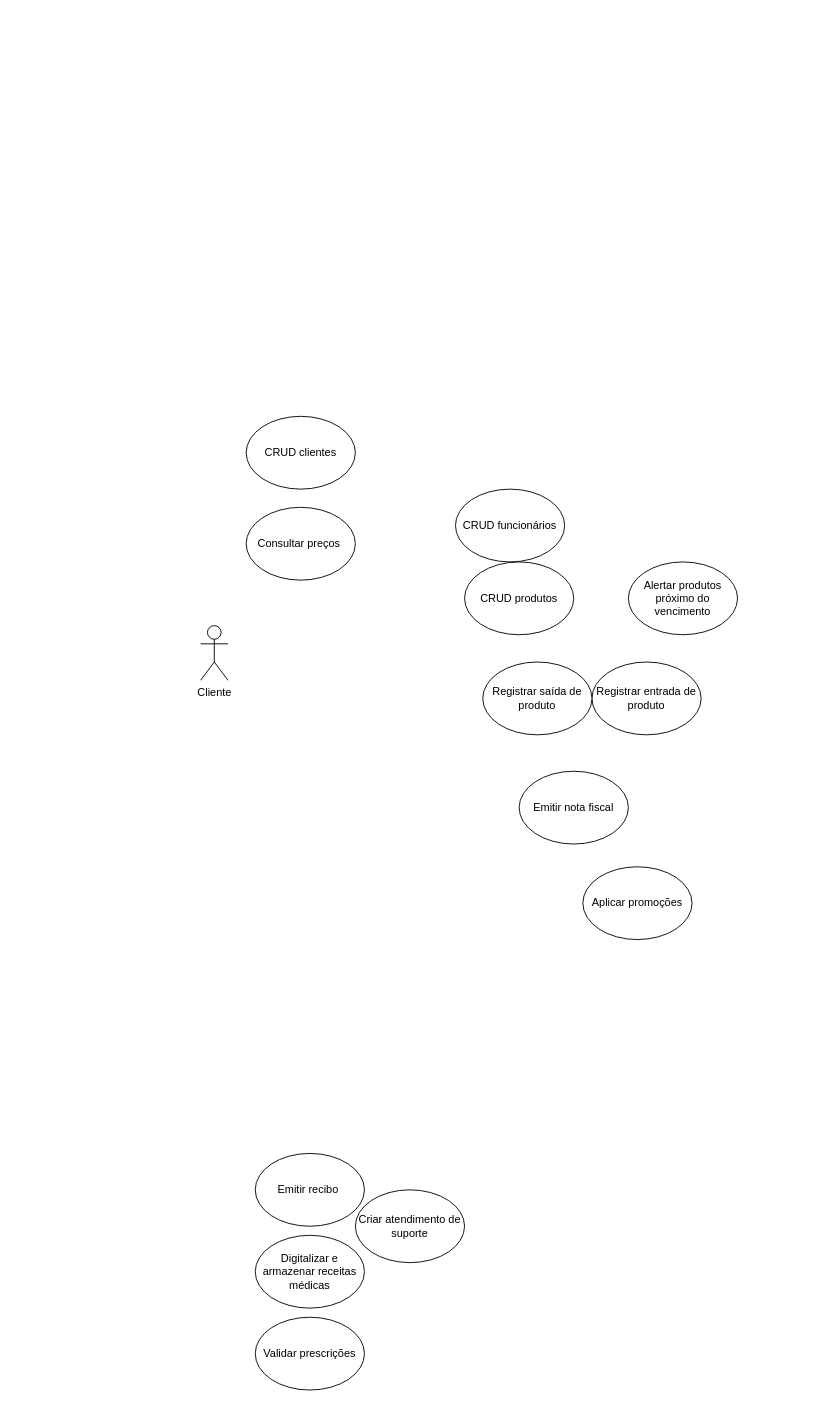
The draw.io diagram page "Página-7" (7 of 10) of Diagrama sem nome.drawio in Emerson0914/diagramasderequisitos, before the edit. Source tidied: cells renumbered, new cells numbered last; positions are measured from the earlier drawing's top-left corner, leaving out a move shared by most shapes. Both pictures are drawn from the tidied source at 91%, with x=0, y=0 at pixel (200, 416).
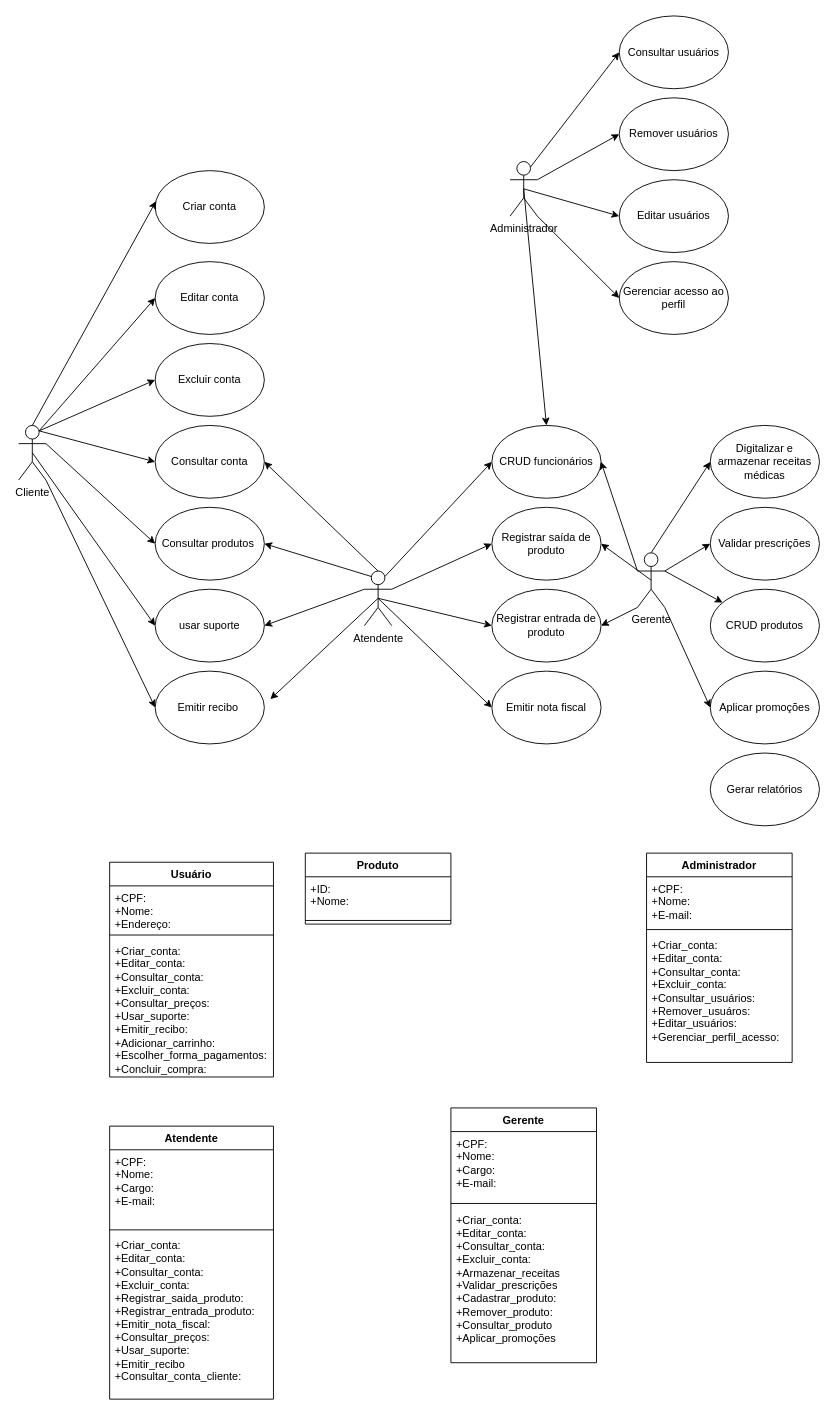
The same diagram, later.

Diff of the diagram source:
```diff
@@
+    <mxCell id="16" style="edgeStyle=none;rounded=0;jettySize=auto;html=1;exitX=0.75;exitY=0.1;exitDx=0;exitDy=0;exitPerimeter=0;entryX=0;entryY=0.5;entryDx=0;entryDy=0;" parent="1" edge="1" source="2" target="3">
+      <mxGeometry relative="1" as="geometry" />
+    </mxCell>
+    <mxCell id="17" style="edgeStyle=none;rounded=0;jettySize=auto;html=1;exitX=1;exitY=0.3333333333333333;exitDx=0;exitDy=0;exitPerimeter=0;entryX=0;entryY=0.5;entryDx=0;entryDy=0;" parent="1" edge="1" source="2" target="11">
+      <mxGeometry relative="1" as="geometry" />
+    </mxCell>
+    <mxCell id="18" style="edgeStyle=none;rounded=0;jettySize=auto;html=1;exitX=0.5;exitY=0.5;exitDx=0;exitDy=0;exitPerimeter=0;entryX=0;entryY=0.5;entryDx=0;entryDy=0;" parent="1" edge="1" source="2" target="15">
+      <mxGeometry relative="1" as="geometry" />
+    </mxCell>
+    <mxCell id="19" style="edgeStyle=none;rounded=0;jettySize=auto;html=1;exitX=1;exitY=1;exitDx=0;exitDy=0;exitPerimeter=0;entryX=0;entryY=0.5;entryDx=0;entryDy=0;" parent="1" edge="1" source="2" target="12">
+      <mxGeometry relative="1" as="geometry" />
+    </mxCell>
+    <mxCell id="20" style="edgeStyle=none;rounded=0;jettySize=auto;html=1;exitX=0.75;exitY=0.1;exitDx=0;exitDy=0;exitPerimeter=0;entryX=0;entryY=0.5;entryDx=0;entryDy=0;" parent="1" edge="1" source="2" target="62">
+      <mxGeometry relative="1" as="geometry" />
+    </mxCell>
+    <mxCell id="21" style="edgeStyle=none;rounded=0;jettySize=auto;html=1;exitX=0.75;exitY=0.1;exitDx=0;exitDy=0;exitPerimeter=0;entryX=0;entryY=0.5;entryDx=0;entryDy=0;" parent="1" edge="1" source="2" target="61">
+      <mxGeometry relative="1" as="geometry" />
+    </mxCell>
     <mxCell id="2" value="Cliente&lt;div&gt;&lt;br&gt;&lt;/div&gt;" style="shape=umlActor;verticalLabelPosition=bottom;verticalAlign=top;html=1;outlineConnect=0;" parent="1" vertex="1">
-      <mxGeometry y="230" width="30" height="60" as="geometry" />
+      <mxGeometry x="-200" y="10" width="30" height="60" as="geometry" />
     </mxCell>
-    <mxCell id="3" value="CRUD clientes" style="ellipse;whiteSpace=wrap;html=1;" parent="1" vertex="1">
-      <mxGeometry x="50" width="120" height="80" as="geometry" />
+    <mxCell id="3" value="Consultar conta" style="ellipse;whiteSpace=wrap;html=1;" parent="1" vertex="1">
+      <mxGeometry x="-50" y="10" width="120" height="80" as="geometry" />
     </mxCell>
-    <mxCell id="4" value="CRUD produtos" style="ellipse;whiteSpace=wrap;html=1;" parent="1" vertex="1">
-      <mxGeometry x="290" y="160" width="120" height="80" as="geometry" />
-    </mxCell>
     <mxCell id="5" value="CRUD funcionários" style="ellipse;whiteSpace=wrap;html=1;" parent="1" vertex="1">
-      <mxGeometry x="280" y="80" width="120" height="80" as="geometry" />
+      <mxGeometry x="320" y="10" width="120" height="80" as="geometry" />
     </mxCell>
     <mxCell id="6" value="Registrar entrada de produto" style="ellipse;whiteSpace=wrap;html=1;" parent="1" vertex="1">
-      <mxGeometry x="430" y="270" width="120" height="80" as="geometry" />
+      <mxGeometry x="320" y="190" width="120" height="80" as="geometry" />
     </mxCell>
     <mxCell id="7" value="Registrar saída de produto" style="ellipse;whiteSpace=wrap;html=1;" parent="1" vertex="1">
-      <mxGeometry x="310" y="270" width="120" height="80" as="geometry" />
+      <mxGeometry x="320" y="100" width="120" height="80" as="geometry" />
     </mxCell>
-    <mxCell id="8" value="Alertar produtos próximo do vencimento" style="ellipse;whiteSpace=wrap;html=1;" parent="1" vertex="1">
-      <mxGeometry x="470" y="160" width="120" height="80" as="geometry" />
-    </mxCell>
     <mxCell id="9" value="Emitir nota fiscal" style="ellipse;whiteSpace=wrap;html=1;" parent="1" vertex="1">
-      <mxGeometry x="350" y="390" width="120" height="80" as="geometry" />
+      <mxGeometry x="320" y="280" width="120" height="80" as="geometry" />
     </mxCell>
     <mxCell id="10" value="Aplicar promoções" style="ellipse;whiteSpace=wrap;html=1;" parent="1" vertex="1">
-      <mxGeometry x="420" y="495" width="120" height="80" as="geometry" />
+      <mxGeometry x="560" y="280" width="120" height="80" as="geometry" />
     </mxCell>
-    <mxCell id="11" value="Consultar preços&amp;nbsp;" style="ellipse;whiteSpace=wrap;html=1;" parent="1" vertex="1">
-      <mxGeometry x="50" y="100" width="120" height="80" as="geometry" />
+    <mxCell id="11" value="Consultar produtos&amp;nbsp;" style="ellipse;whiteSpace=wrap;html=1;" parent="1" vertex="1">
+      <mxGeometry x="-50" y="100" width="120" height="80" as="geometry" />
     </mxCell>
     <mxCell id="12" value="Emitir recibo&amp;nbsp;" style="ellipse;whiteSpace=wrap;html=1;" parent="1" vertex="1">
-      <mxGeometry x="60" y="810" width="120" height="80" as="geometry" />
+      <mxGeometry x="-50" y="280" width="120" height="80" as="geometry" />
     </mxCell>
     <mxCell id="13" value="Digitalizar e armazenar receitas médicas" style="ellipse;whiteSpace=wrap;html=1;" parent="1" vertex="1">
-      <mxGeometry x="60" y="900" width="120" height="80" as="geometry" />
+      <mxGeometry x="560" y="10" width="120" height="80" as="geometry" />
     </mxCell>
     <mxCell id="14" value="Validar prescrições" style="ellipse;whiteSpace=wrap;html=1;" parent="1" vertex="1">
-      <mxGeometry x="60" y="990" width="120" height="80" as="geometry" />
+      <mxGeometry x="560" y="100" width="120" height="80" as="geometry" />
     </mxCell>
-    <mxCell id="15" value="Criar atendimento de suporte" style="ellipse;whiteSpace=wrap;html=1;" parent="1" vertex="1">
-      <mxGeometry x="170" y="850" width="120" height="80" as="geometry" />
+    <mxCell id="15" value="usar suporte" style="ellipse;whiteSpace=wrap;html=1;" parent="1" vertex="1">
+      <mxGeometry x="-50" y="190" width="120" height="80" as="geometry" />
     </mxCell>
+    <mxCell id="22" style="edgeStyle=none;rounded=0;jettySize=auto;html=1;exitX=0.75;exitY=0.1;exitDx=0;exitDy=0;exitPerimeter=0;entryX=0;entryY=0.5;entryDx=0;entryDy=0;" parent="1" edge="1" source="29" target="5">
+      <mxGeometry relative="1" as="geometry" />
+    </mxCell>
+    <mxCell id="23" style="edgeStyle=none;rounded=0;jettySize=auto;html=1;exitX=1;exitY=0.3333333333333333;exitDx=0;exitDy=0;exitPerimeter=0;entryX=0;entryY=0.5;entryDx=0;entryDy=0;" parent="1" edge="1" source="29" target="7">
+      <mxGeometry relative="1" as="geometry" />
+    </mxCell>
+    <mxCell id="24" style="edgeStyle=none;rounded=0;jettySize=auto;html=1;exitX=0.5;exitY=0.5;exitDx=0;exitDy=0;exitPerimeter=0;entryX=0;entryY=0.5;entryDx=0;entryDy=0;" parent="1" edge="1" source="29" target="6">
+      <mxGeometry relative="1" as="geometry" />
+    </mxCell>
+    <mxCell id="25" style="edgeStyle=none;rounded=0;jettySize=auto;html=1;exitX=0.5;exitY=0.5;exitDx=0;exitDy=0;exitPerimeter=0;entryX=0;entryY=0.5;entryDx=0;entryDy=0;" parent="1" edge="1" source="29" target="9">
+      <mxGeometry relative="1" as="geometry" />
+    </mxCell>
+    <mxCell id="26" style="edgeStyle=none;rounded=0;jettySize=auto;html=1;exitX=0.25;exitY=0.1;exitDx=0;exitDy=0;exitPerimeter=0;entryX=1;entryY=0.5;entryDx=0;entryDy=0;" parent="1" edge="1" source="29" target="11">
+      <mxGeometry relative="1" as="geometry" />
+    </mxCell>
+    <mxCell id="27" style="edgeStyle=none;rounded=0;jettySize=auto;html=1;exitX=0;exitY=0.3333333333333333;exitDx=0;exitDy=0;exitPerimeter=0;entryX=1;entryY=0.5;entryDx=0;entryDy=0;" parent="1" edge="1" source="29" target="15">
+      <mxGeometry relative="1" as="geometry" />
+    </mxCell>
+    <mxCell id="28" style="edgeStyle=none;rounded=0;jettySize=auto;html=1;exitX=0.5;exitY=0;exitDx=0;exitDy=0;exitPerimeter=0;entryX=1;entryY=0.5;entryDx=0;entryDy=0;" parent="1" edge="1" source="29" target="3">
+      <mxGeometry relative="1" as="geometry" />
+    </mxCell>
+    <mxCell id="29" value="Atendente" style="shape=umlActor;verticalLabelPosition=bottom;verticalAlign=top;html=1;outlineConnect=0;" parent="1" vertex="1">
+      <mxGeometry x="180" y="170" width="30" height="60" as="geometry" />
+    </mxCell>
+    <mxCell id="30" style="edgeStyle=none;rounded=0;jettySize=auto;html=1;exitX=0.5;exitY=0;exitDx=0;exitDy=0;exitPerimeter=0;entryX=0;entryY=0.5;entryDx=0;entryDy=0;" parent="1" edge="1" source="37" target="13">
+      <mxGeometry relative="1" as="geometry" />
+    </mxCell>
+    <mxCell id="31" style="edgeStyle=none;rounded=0;jettySize=auto;html=1;exitX=0;exitY=0.3333333333333333;exitDx=0;exitDy=0;exitPerimeter=0;entryX=1;entryY=0.5;entryDx=0;entryDy=0;" parent="1" edge="1" source="37" target="5">
+      <mxGeometry relative="1" as="geometry" />
+    </mxCell>
+    <mxCell id="32" style="edgeStyle=none;rounded=0;jettySize=auto;html=1;entryX=0;entryY=0.5;entryDx=0;entryDy=0;" parent="1" edge="1" target="14">
+      <mxGeometry relative="1" as="geometry">
+        <mxPoint x="510" y="170" as="sourcePoint" />
+      </mxGeometry>
+    </mxCell>
+    <mxCell id="33" style="edgeStyle=none;rounded=0;jettySize=auto;html=1;exitX=0;exitY=1;exitDx=0;exitDy=0;exitPerimeter=0;entryX=1;entryY=0.5;entryDx=0;entryDy=0;" parent="1" edge="1" source="37" target="6">
+      <mxGeometry relative="1" as="geometry" />
+    </mxCell>
+    <mxCell id="34" style="edgeStyle=none;rounded=0;jettySize=auto;html=1;exitX=0.5;exitY=0.5;exitDx=0;exitDy=0;exitPerimeter=0;entryX=1;entryY=0.5;entryDx=0;entryDy=0;" parent="1" edge="1" source="37" target="7">
+      <mxGeometry relative="1" as="geometry" />
+    </mxCell>
+    <mxCell id="35" style="edgeStyle=none;rounded=0;jettySize=auto;html=1;exitX=1;exitY=1;exitDx=0;exitDy=0;exitPerimeter=0;entryX=0;entryY=0.5;entryDx=0;entryDy=0;" parent="1" edge="1" source="37" target="10">
+      <mxGeometry relative="1" as="geometry" />
+    </mxCell>
+    <mxCell id="36" style="edgeStyle=none;rounded=0;jettySize=auto;html=1;exitX=1;exitY=0.3333333333333333;exitDx=0;exitDy=0;exitPerimeter=0;" parent="1" edge="1" source="37" target="4">
+      <mxGeometry relative="1" as="geometry" />
+    </mxCell>
+    <mxCell id="37" value="Gerente" style="shape=umlActor;verticalLabelPosition=bottom;verticalAlign=top;html=1;outlineConnect=0;" parent="1" vertex="1">
+      <mxGeometry x="480" y="150" width="30" height="60" as="geometry" />
+    </mxCell>
+    <mxCell id="4" value="CRUD produtos" style="ellipse;whiteSpace=wrap;html=1;" parent="1" vertex="1">
+      <mxGeometry x="560" y="190" width="120" height="80" as="geometry" />
+    </mxCell>
+    <mxCell id="38" value="Usuário" style="swimlane;fontStyle=1;align=center;verticalAlign=top;horizontal=1;startSize=26;whiteSpace=wrap;html=1;" parent="1" vertex="1">
+      <mxGeometry x="-100" y="490" width="180" height="236" as="geometry" />
+    </mxCell>
+    <mxCell id="39" value="+CPF:&lt;div&gt;+Nome:&lt;/div&gt;&lt;div&gt;+Endereço:&lt;/div&gt;" style="text;strokeColor=none;fillColor=none;align=left;verticalAlign=top;spacingLeft=4;spacingRight=4;overflow=hidden;whiteSpace=wrap;html=1;" parent="38" vertex="1">
+      <mxGeometry y="26" width="180" height="50" as="geometry" />
+    </mxCell>
+    <mxCell id="40" style="line;strokeWidth=1;fillColor=none;align=left;verticalAlign=middle;spacingTop=-1;spacingLeft=3;spacingRight=3;labelPosition=right;strokeColor=inherit;" parent="38" vertex="1">
+      <mxGeometry y="76" width="180" height="8" as="geometry" />
+    </mxCell>
+    <mxCell id="41" value="+Criar_conta:&lt;div&gt;+Editar_conta:&lt;br&gt;+Consultar_conta:&lt;/div&gt;&lt;div&gt;+Excluir_conta:&lt;/div&gt;&lt;div&gt;+Consultar_preços:&lt;/div&gt;&lt;div&gt;+Usar_suporte:&lt;/div&gt;&lt;div&gt;+Emitir_recibo:&lt;/div&gt;&lt;div&gt;+Adicionar_carrinho:&lt;/div&gt;&lt;div&gt;+Escolher_forma_pagamentos:&lt;/div&gt;&lt;div&gt;+Concluir_compra:&lt;/div&gt;" style="text;strokeColor=none;fillColor=none;align=left;verticalAlign=top;spacingLeft=4;spacingRight=4;overflow=hidden;whiteSpace=wrap;html=1;" parent="38" vertex="1">
+      <mxGeometry y="84" width="180" height="152" as="geometry" />
+    </mxCell>
+    <mxCell id="42" value="Gerente" style="swimlane;fontStyle=1;align=center;verticalAlign=top;horizontal=1;startSize=26;whiteSpace=wrap;html=1;" parent="1" vertex="1">
+      <mxGeometry x="275" y="760" width="160" height="280" as="geometry" />
+    </mxCell>
+    <mxCell id="43" value="+CPF:&lt;div&gt;+Nome:&lt;/div&gt;&lt;div&gt;+Cargo:&lt;/div&gt;&lt;div&gt;+E-mail:&lt;/div&gt;" style="text;strokeColor=none;fillColor=none;align=left;verticalAlign=top;spacingLeft=4;spacingRight=4;overflow=hidden;whiteSpace=wrap;html=1;" parent="42" vertex="1">
+      <mxGeometry y="26" width="160" height="74" as="geometry" />
+    </mxCell>
+    <mxCell id="44" style="line;strokeWidth=1;fillColor=none;align=left;verticalAlign=middle;spacingTop=-1;spacingLeft=3;spacingRight=3;labelPosition=right;strokeColor=inherit;" parent="42" vertex="1">
+      <mxGeometry y="100" width="160" height="10" as="geometry" />
+    </mxCell>
+    <mxCell id="45" value="+Criar_conta:&lt;div&gt;+Editar_conta:&lt;br&gt;+Consultar_conta:&lt;/div&gt;&lt;div&gt;+Excluir_conta:&lt;/div&gt;&lt;div&gt;+Armazenar_receitas&lt;/div&gt;&lt;div&gt;+Validar_prescrições&lt;/div&gt;&lt;div&gt;+Cadastrar_produto:&lt;/div&gt;&lt;div&gt;+Remover_produto:&lt;/div&gt;&lt;div&gt;+Consultar_produto&lt;/div&gt;&lt;div&gt;+Aplicar_promoções&lt;/div&gt;" style="text;strokeColor=none;fillColor=none;align=left;verticalAlign=top;spacingLeft=4;spacingRight=4;overflow=hidden;whiteSpace=wrap;html=1;" parent="42" vertex="1">
+      <mxGeometry y="110" width="160" height="170" as="geometry" />
+    </mxCell>
+    <mxCell id="46" style="edgeStyle=none;rounded=0;jettySize=auto;html=1;exitX=0.5;exitY=0.5;exitDx=0;exitDy=0;exitPerimeter=0;entryX=0.5;entryY=0;entryDx=0;entryDy=0;" parent="1" edge="1" source="51" target="5">
+      <mxGeometry relative="1" as="geometry" />
+    </mxCell>
+    <mxCell id="47" style="edgeStyle=none;rounded=0;jettySize=auto;html=1;exitX=1;exitY=1;exitDx=0;exitDy=0;exitPerimeter=0;entryX=0;entryY=0.5;entryDx=0;entryDy=0;" parent="1" edge="1" source="51" target="54">
+      <mxGeometry relative="1" as="geometry" />
+    </mxCell>
+    <mxCell id="48" style="edgeStyle=none;rounded=0;jettySize=auto;html=1;exitX=0.5;exitY=0.5;exitDx=0;exitDy=0;exitPerimeter=0;entryX=0;entryY=0.5;entryDx=0;entryDy=0;" parent="1" edge="1" source="51" target="53">
+      <mxGeometry relative="1" as="geometry" />
+    </mxCell>
+    <mxCell id="49" style="edgeStyle=none;rounded=0;jettySize=auto;html=1;exitX=1;exitY=0.3333333333333333;exitDx=0;exitDy=0;exitPerimeter=0;entryX=0;entryY=0.5;entryDx=0;entryDy=0;" parent="1" edge="1" source="51" target="52">
+      <mxGeometry relative="1" as="geometry" />
+    </mxCell>
+    <mxCell id="50" style="edgeStyle=none;rounded=0;jettySize=auto;html=1;exitX=0.75;exitY=0.1;exitDx=0;exitDy=0;exitPerimeter=0;entryX=0;entryY=0.5;entryDx=0;entryDy=0;" parent="1" edge="1" source="51" target="56">
+      <mxGeometry relative="1" as="geometry" />
+    </mxCell>
+    <mxCell id="51" value="Administrador" style="shape=umlActor;verticalLabelPosition=bottom;verticalAlign=top;html=1;" parent="1" vertex="1">
+      <mxGeometry x="340" y="-280" width="30" height="60" as="geometry" />
+    </mxCell>
+    <mxCell id="52" value="Remover usuários" style="ellipse;whiteSpace=wrap;html=1;" parent="1" vertex="1">
+      <mxGeometry x="460" y="-350" width="120" height="80" as="geometry" />
+    </mxCell>
+    <mxCell id="53" value="Editar usuários" style="ellipse;whiteSpace=wrap;html=1;" parent="1" vertex="1">
+      <mxGeometry x="460" y="-260" width="120" height="80" as="geometry" />
+    </mxCell>
+    <mxCell id="54" value="Gerenciar acesso ao&lt;div&gt;perfil&lt;/div&gt;" style="ellipse;whiteSpace=wrap;html=1;" parent="1" vertex="1">
+      <mxGeometry x="460" y="-170" width="120" height="80" as="geometry" />
+    </mxCell>
+    <mxCell id="55" style="edgeStyle=none;rounded=0;jettySize=auto;html=1;entryX=1.055;entryY=0.385;entryDx=0;entryDy=0;entryPerimeter=0;exitX=0.5;exitY=0.5;exitDx=0;exitDy=0;exitPerimeter=0;" parent="1" edge="1" source="29" target="12">
+      <mxGeometry relative="1" as="geometry" />
+    </mxCell>
+    <mxCell id="56" value="Consultar usuários" style="ellipse;whiteSpace=wrap;html=1;" parent="1" vertex="1">
+      <mxGeometry x="460" y="-440" width="120" height="80" as="geometry" />
+    </mxCell>
+    <mxCell id="57" value="Atendente" style="swimlane;fontStyle=1;align=center;verticalAlign=top;horizontal=1;startSize=26;whiteSpace=wrap;html=1;" parent="1" vertex="1">
+      <mxGeometry x="-100" y="780" width="180" height="300" as="geometry" />
+    </mxCell>
+    <mxCell id="58" value="+CPF:&lt;div&gt;+Nome:&lt;/div&gt;&lt;div&gt;+Cargo:&lt;/div&gt;&lt;div&gt;+E-mail:&lt;/div&gt;" style="text;strokeColor=none;fillColor=none;align=left;verticalAlign=top;spacingLeft=4;spacingRight=4;overflow=hidden;whiteSpace=wrap;html=1;" parent="57" vertex="1">
+      <mxGeometry y="26" width="180" height="84" as="geometry" />
+    </mxCell>
+    <mxCell id="59" style="line;strokeWidth=1;fillColor=none;align=left;verticalAlign=middle;spacingTop=-1;spacingLeft=3;spacingRight=3;labelPosition=right;strokeColor=inherit;" parent="57" vertex="1">
+      <mxGeometry y="110" width="180" height="8" as="geometry" />
+    </mxCell>
+    <mxCell id="60" value="+Criar_conta:&lt;div&gt;+Editar_conta:&lt;br&gt;+Consultar_conta:&lt;/div&gt;&lt;div&gt;+Excluir_conta:&lt;/div&gt;&lt;div&gt;+Registrar_saida_produto:&lt;/div&gt;&lt;div&gt;+Registrar_entrada_produto:&lt;/div&gt;&lt;div&gt;+Emitir_nota_fiscal:&lt;/div&gt;&lt;div&gt;+Consultar_preços:&lt;/div&gt;&lt;div&gt;+Usar_suporte:&lt;/div&gt;&lt;div&gt;+Emitir_recibo&lt;/div&gt;&lt;div&gt;+Consultar_conta_cliente:&lt;/div&gt;" style="text;strokeColor=none;fillColor=none;align=left;verticalAlign=top;spacingLeft=4;spacingRight=4;overflow=hidden;whiteSpace=wrap;html=1;" parent="57" vertex="1">
+      <mxGeometry y="118" width="180" height="182" as="geometry" />
+    </mxCell>
+    <mxCell id="61" value="Editar conta" style="ellipse;whiteSpace=wrap;html=1;" parent="1" vertex="1">
+      <mxGeometry x="-50" y="-170" width="120" height="80" as="geometry" />
+    </mxCell>
+    <mxCell id="62" value="Excluir conta" style="ellipse;whiteSpace=wrap;html=1;" parent="1" vertex="1">
+      <mxGeometry x="-50" y="-80" width="120" height="80" as="geometry" />
+    </mxCell>
+    <mxCell id="63" value="Criar conta" style="ellipse;whiteSpace=wrap;html=1;" parent="1" vertex="1">
+      <mxGeometry x="-50" y="-270" width="120" height="80" as="geometry" />
+    </mxCell>
+    <mxCell id="64" style="edgeStyle=none;rounded=0;jettySize=auto;html=1;exitX=0.5;exitY=0;exitDx=0;exitDy=0;exitPerimeter=0;entryX=0.008;entryY=0.42;entryDx=0;entryDy=0;entryPerimeter=0;" parent="1" edge="1" source="2" target="63">
+      <mxGeometry relative="1" as="geometry" />
+    </mxCell>
+    <mxCell id="65" value="Administrador" style="swimlane;fontStyle=1;align=center;verticalAlign=top;horizontal=1;startSize=26;whiteSpace=wrap;html=1;" parent="1" vertex="1">
+      <mxGeometry x="490" y="480" width="160" height="230" as="geometry" />
+    </mxCell>
+    <mxCell id="66" value="&lt;div&gt;+CPF:&lt;/div&gt;+Nome:&lt;div&gt;+E-mail:&lt;/div&gt;" style="text;strokeColor=none;fillColor=none;align=left;verticalAlign=top;spacingLeft=4;spacingRight=4;overflow=hidden;whiteSpace=wrap;html=1;" parent="65" vertex="1">
+      <mxGeometry y="26" width="160" height="54" as="geometry" />
+    </mxCell>
+    <mxCell id="67" style="line;strokeWidth=1;fillColor=none;align=left;verticalAlign=middle;spacingTop=-1;spacingLeft=3;spacingRight=3;labelPosition=right;strokeColor=inherit;" parent="65" vertex="1">
+      <mxGeometry y="80" width="160" height="8" as="geometry" />
+    </mxCell>
+    <mxCell id="68" value="&lt;div&gt;+Criar_conta:&lt;div&gt;+Editar_conta:&lt;br&gt;+Consultar_conta:&lt;/div&gt;&lt;div&gt;+Excluir_conta:&lt;/div&gt;&lt;/div&gt;+Consultar_usuários:&lt;div&gt;+Remover_usuáros:&lt;/div&gt;&lt;div&gt;+Editar_usuários:&lt;/div&gt;&lt;div&gt;+Gerenciar_perfil_acesso:&lt;/div&gt;" style="text;strokeColor=none;fillColor=none;align=left;verticalAlign=top;spacingLeft=4;spacingRight=4;overflow=hidden;whiteSpace=wrap;html=1;" parent="65" vertex="1">
+      <mxGeometry y="88" width="160" height="142" as="geometry" />
+    </mxCell>
+    <mxCell id="69" value="Produto" style="swimlane;fontStyle=1;align=center;verticalAlign=top;horizontal=1;startSize=26;whiteSpace=wrap;html=1;" parent="1" vertex="1">
+      <mxGeometry x="115" y="480" width="160" height="78" as="geometry" />
+    </mxCell>
+    <mxCell id="70" value="+ID:&lt;div&gt;+Nome:&lt;/div&gt;" style="text;strokeColor=none;fillColor=none;align=left;verticalAlign=top;spacingLeft=4;spacingRight=4;overflow=hidden;whiteSpace=wrap;html=1;" parent="69" vertex="1">
+      <mxGeometry y="26" width="160" height="44" as="geometry" />
+    </mxCell>
+    <mxCell id="71" style="line;strokeWidth=1;fillColor=none;align=left;verticalAlign=middle;spacingTop=-1;spacingLeft=3;spacingRight=3;labelPosition=right;strokeColor=inherit;" parent="69" vertex="1">
+      <mxGeometry y="70" width="160" height="8" as="geometry" />
+    </mxCell>
+    <mxCell id="72" value="Gerar relatórios" style="ellipse;whiteSpace=wrap;html=1;" parent="1" vertex="1">
+      <mxGeometry x="560" y="370" width="120" height="80" as="geometry" />
+    </mxCell>
```
